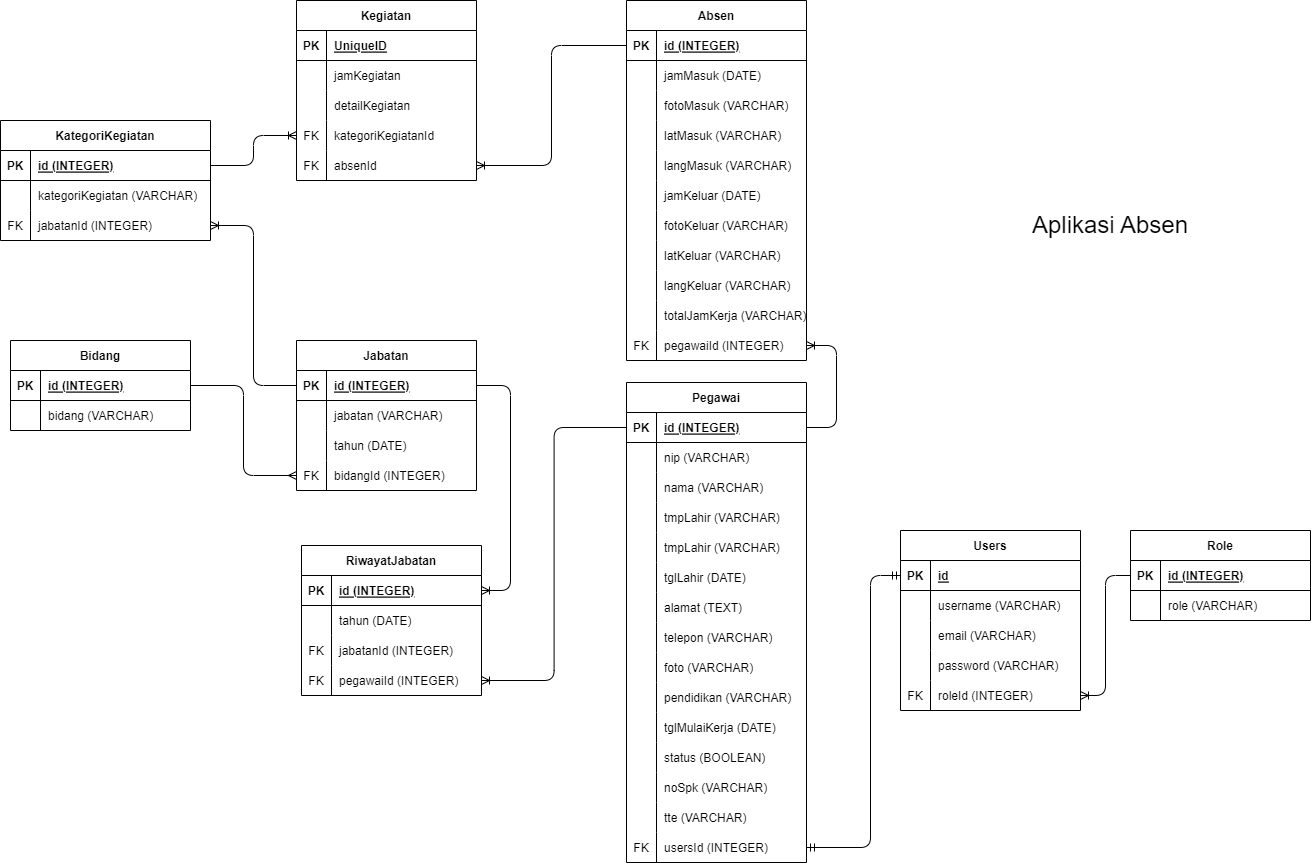
This is erd.drawio.png from Aldiiiii/absensi-javasript, a draw.io export, as it was before one commit. Source tidied: cells renumbered, new cells last; positions are measured from the earlier drawing's top-left corner, leaving out a move shared by most shapes.
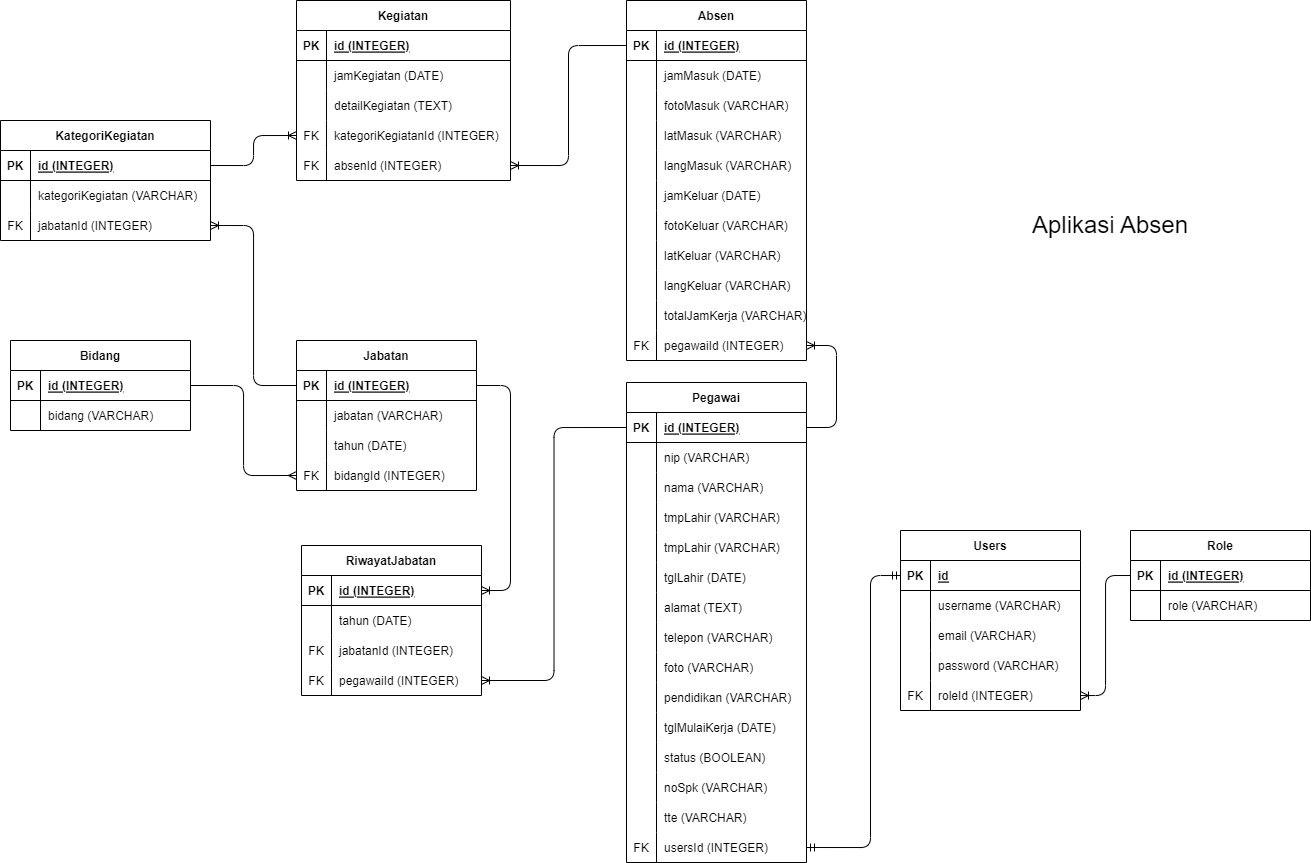
Above is the later version.

Change to the diagram source:
```diff
@@ -475,52 +475,52 @@
       <mxGeometry relative="1" as="geometry" />
     </mxCell>
     <mxCell id="156" value="Kegiatan" style="shape=table;startSize=30;rowLines=0;fontStyle=1;align=center;" parent="1" vertex="1">
-      <mxGeometry x="296" width="180" height="180" as="geometry" />
+      <mxGeometry x="296" width="214" height="180" as="geometry" />
     </mxCell>
     <mxCell id="157" style="shape=tableRow;horizontal=0;startSize=0;swimlaneHead=0;swimlaneBody=0;fillColor=none;top=0;left=0;right=0;bottom=1;" parent="156" vertex="1">
-      <mxGeometry y="30" width="180" height="30" as="geometry" />
+      <mxGeometry y="30" width="214" height="30" as="geometry" />
     </mxCell>
     <mxCell id="158" value="PK" style="shape=partialRectangle;fillColor=none;top=0;left=0;bottom=0;right=0;fontStyle=1;overflow=hidden;" parent="157" vertex="1">
       <mxGeometry width="30" height="30" as="geometry" />
     </mxCell>
-    <mxCell id="159" value="UniqueID" style="shape=partialRectangle;fillColor=none;top=0;left=0;bottom=0;right=0;align=left;spacingLeft=6;fontStyle=5;overflow=hidden;" parent="157" vertex="1">
-      <mxGeometry x="30" width="150" height="30" as="geometry" />
+    <mxCell id="159" value="id (INTEGER)" style="shape=partialRectangle;fillColor=none;top=0;left=0;bottom=0;right=0;align=left;spacingLeft=6;fontStyle=5;overflow=hidden;" parent="157" vertex="1">
+      <mxGeometry x="30" width="184" height="30" as="geometry" />
     </mxCell>
     <mxCell id="160" style="shape=tableRow;horizontal=0;startSize=0;swimlaneHead=0;swimlaneBody=0;fillColor=none;top=0;left=0;right=0;bottom=0;" parent="156" vertex="1">
-      <mxGeometry y="60" width="180" height="30" as="geometry" />
+      <mxGeometry y="60" width="214" height="30" as="geometry" />
     </mxCell>
     <mxCell id="161" style="shape=partialRectangle;fillColor=none;top=0;left=0;bottom=0;right=0;overflow=hidden;" parent="160" vertex="1">
       <mxGeometry width="30" height="30" as="geometry" />
     </mxCell>
-    <mxCell id="162" value="jamKegiatan" style="shape=partialRectangle;fillColor=none;top=0;left=0;bottom=0;right=0;align=left;spacingLeft=6;overflow=hidden;" parent="160" vertex="1">
-      <mxGeometry x="30" width="150" height="30" as="geometry" />
+    <mxCell id="162" value="jamKegiatan (DATE)" style="shape=partialRectangle;fillColor=none;top=0;left=0;bottom=0;right=0;align=left;spacingLeft=6;overflow=hidden;" parent="160" vertex="1">
+      <mxGeometry x="30" width="184" height="30" as="geometry" />
     </mxCell>
     <mxCell id="163" style="shape=tableRow;horizontal=0;startSize=0;swimlaneHead=0;swimlaneBody=0;fillColor=none;top=0;left=0;right=0;bottom=0;" parent="156" vertex="1">
-      <mxGeometry y="90" width="180" height="30" as="geometry" />
+      <mxGeometry y="90" width="214" height="30" as="geometry" />
     </mxCell>
     <mxCell id="164" style="shape=partialRectangle;fillColor=none;top=0;left=0;bottom=0;right=0;overflow=hidden;" parent="163" vertex="1">
       <mxGeometry width="30" height="30" as="geometry" />
     </mxCell>
-    <mxCell id="165" value="detailKegiatan" style="shape=partialRectangle;fillColor=none;top=0;left=0;bottom=0;right=0;align=left;spacingLeft=6;overflow=hidden;" parent="163" vertex="1">
-      <mxGeometry x="30" width="150" height="30" as="geometry" />
+    <mxCell id="165" value="detailKegiatan (TEXT)" style="shape=partialRectangle;fillColor=none;top=0;left=0;bottom=0;right=0;align=left;spacingLeft=6;overflow=hidden;" parent="163" vertex="1">
+      <mxGeometry x="30" width="184" height="30" as="geometry" />
     </mxCell>
     <mxCell id="166" style="shape=tableRow;horizontal=0;startSize=0;swimlaneHead=0;swimlaneBody=0;fillColor=none;points=[[0,0.5],[1,0.5]];portConstraint=eastwest;top=0;left=0;right=0;bottom=0;" parent="156" vertex="1">
-      <mxGeometry y="120" width="180" height="30" as="geometry" />
+      <mxGeometry y="120" width="214" height="30" as="geometry" />
     </mxCell>
     <mxCell id="167" value="FK" style="shape=partialRectangle;fillColor=none;top=0;left=0;bottom=0;right=0;overflow=hidden;" parent="166" vertex="1">
       <mxGeometry width="30" height="30" as="geometry" />
     </mxCell>
-    <mxCell id="168" value="kategoriKegiatanId" style="shape=partialRectangle;fillColor=none;top=0;left=0;bottom=0;right=0;align=left;spacingLeft=6;overflow=hidden;" parent="166" vertex="1">
-      <mxGeometry x="30" width="150" height="30" as="geometry" />
+    <mxCell id="168" value="kategoriKegiatanId (INTEGER)" style="shape=partialRectangle;fillColor=none;top=0;left=0;bottom=0;right=0;align=left;spacingLeft=6;overflow=hidden;" parent="166" vertex="1">
+      <mxGeometry x="30" width="184" height="30" as="geometry" />
     </mxCell>
     <mxCell id="169" style="shape=tableRow;horizontal=0;startSize=0;swimlaneHead=0;swimlaneBody=0;fillColor=none;points=[[0,0.5],[1,0.5]];portConstraint=eastwest;top=0;left=0;right=0;bottom=0;" parent="156" vertex="1">
-      <mxGeometry y="150" width="180" height="30" as="geometry" />
+      <mxGeometry y="150" width="214" height="30" as="geometry" />
     </mxCell>
     <mxCell id="170" value="FK" style="shape=partialRectangle;fillColor=none;top=0;left=0;bottom=0;right=0;overflow=hidden;" parent="169" vertex="1">
       <mxGeometry width="30" height="30" as="geometry" />
     </mxCell>
-    <mxCell id="171" value="absenId" style="shape=partialRectangle;fillColor=none;top=0;left=0;bottom=0;right=0;align=left;spacingLeft=6;overflow=hidden;" parent="169" vertex="1">
-      <mxGeometry x="30" width="150" height="30" as="geometry" />
+    <mxCell id="171" value="absenId (INTEGER)" style="shape=partialRectangle;fillColor=none;top=0;left=0;bottom=0;right=0;align=left;spacingLeft=6;overflow=hidden;" parent="169" vertex="1">
+      <mxGeometry x="30" width="184" height="30" as="geometry" />
     </mxCell>
     <mxCell id="172" style="fontSize=12;html=1;endArrow=ERoneToMany;exitX=0;exitY=0.5;exitDx=0;exitDy=0;entryX=1;entryY=0.5;entryDx=0;entryDy=0;edgeStyle=orthogonalEdgeStyle;" parent="1" edge="1" source="92" target="169">
       <mxGeometry relative="1" as="geometry" />
```
